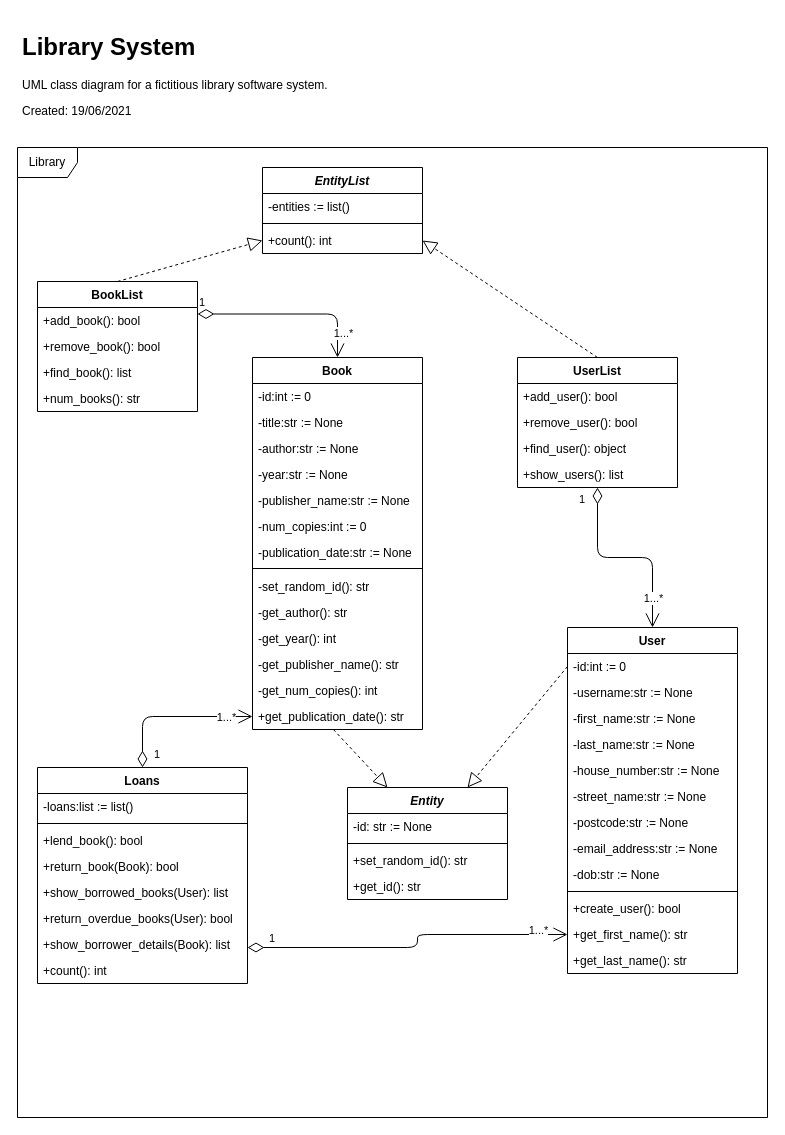
Earlier version of the draw.io diagram class_diagram.drawio (Chrisu892/Simple-Library-System). Source tidied: cells renumbered, new cells numbered last; positions are measured from the earlier drawing's top-left corner, leaving out a move shared by most shapes. Both pictures are drawn from the tidied source at 100%, with x=0, y=0 at pixel (17, 27).
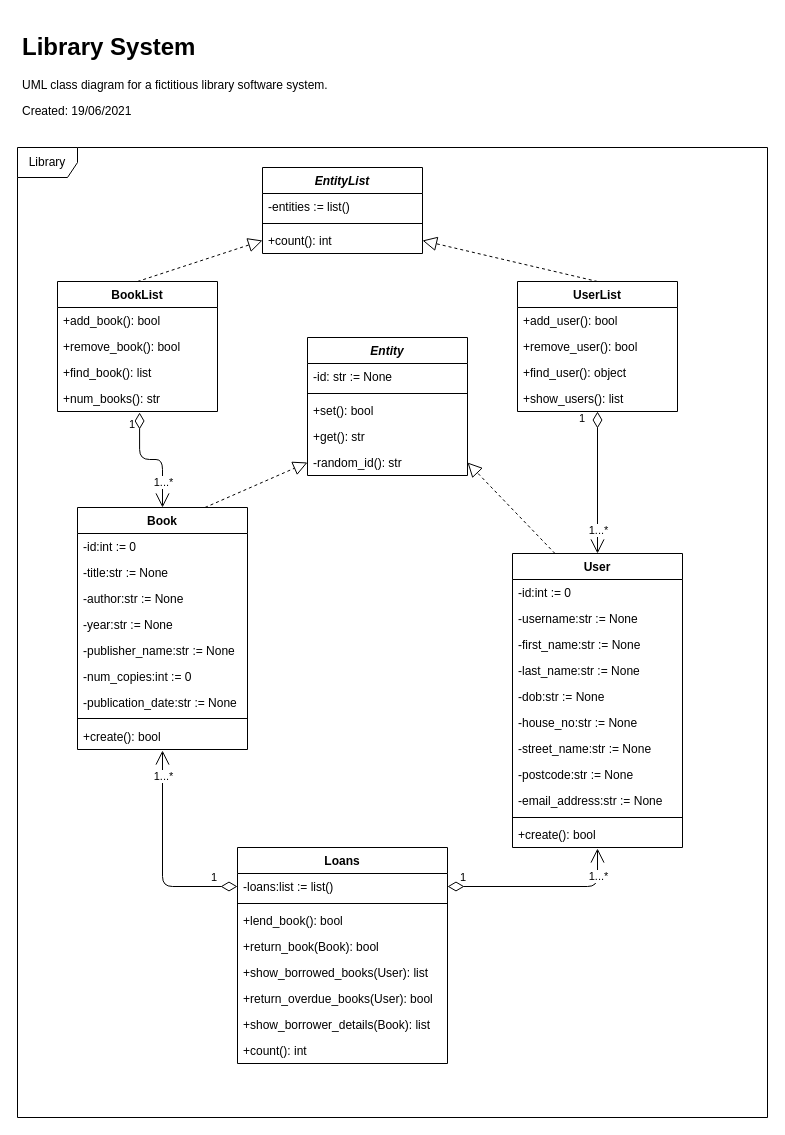
The same diagram, later.

Commit message (it also covers changes not shown here):
change class diagram, add setters and getters to the EntityList and Entity class

The change refers to these unchanged cells:
```xml
<mxCell id="19" value="-id:int := 0" style="text;align=left;verticalAlign=top;spacingLeft=4;spacingRight=4;overflow=hidden;points=[[0,0.5],[1,0.5]];portConstraint=eastwest;" parent="18" vertex="1">
  <mxGeometry y="26" width="170" height="26" as="geometry" />
</mxCell>
<mxCell id="41" value="+num_books(): str" style="text;align=left;verticalAlign=top;spacingLeft=4;spacingRight=4;overflow=hidden;points=[[0,0.5],[1,0.5]];portConstraint=eastwest;" parent="37" vertex="1">
  <mxGeometry y="104" width="160" height="26" as="geometry" />
</mxCell>
<mxCell id="43" value="-loans:list := list()" style="text;align=left;verticalAlign=top;spacingLeft=4;spacingRight=4;overflow=hidden;points=[[0,0.5],[1,0.5]];portConstraint=eastwest;" parent="42" vertex="1">
  <mxGeometry y="26" width="210" height="26" as="geometry" />
</mxCell>
```

The edit, as a diff of the source:
```diff
@@
     <mxCell id="3" value="Book" style="swimlane;fontStyle=1;align=center;verticalAlign=top;horizontal=1;startSize=26;rounded=0;shadow=0;strokeWidth=1;" parent="1" vertex="1">
-      <mxGeometry x="235" y="330" width="170" height="372" as="geometry" />
+      <mxGeometry x="60" y="480" width="170" height="242" as="geometry" />
     </mxCell>
@@
-    <mxCell id="12" value="-set_random_id(): str" style="text;align=left;verticalAlign=top;spacingLeft=4;spacingRight=4;overflow=hidden;points=[[0,0.5],[1,0.5]];portConstraint=eastwest;" parent="3" vertex="1">
+    <mxCell id="12" value="+create(): bool" style="text;align=left;verticalAlign=top;spacingLeft=4;spacingRight=4;overflow=hidden;points=[[0,0.5],[1,0.5]];portConstraint=eastwest;" parent="3" vertex="1">
       <mxGeometry y="216" width="170" height="26" as="geometry" />
     </mxCell>
-    <mxCell id="13" value="-get_author(): str" style="text;align=left;verticalAlign=top;spacingLeft=4;spacingRight=4;overflow=hidden;" parent="3" vertex="1">
-      <mxGeometry y="242" width="170" height="26" as="geometry" />
-    </mxCell>
-    <mxCell id="14" value="-get_year(): int" style="text;align=left;verticalAlign=top;spacingLeft=4;spacingRight=4;overflow=hidden;" parent="3" vertex="1">
-      <mxGeometry y="268" width="170" height="26" as="geometry" />
-    </mxCell>
-    <mxCell id="15" value="-get_publisher_name(): str" style="text;align=left;verticalAlign=top;spacingLeft=4;spacingRight=4;overflow=hidden;" parent="3" vertex="1">
-      <mxGeometry y="294" width="170" height="26" as="geometry" />
-    </mxCell>
-    <mxCell id="16" value="-get_num_copies(): int" style="text;align=left;verticalAlign=top;spacingLeft=4;spacingRight=4;overflow=hidden;" parent="3" vertex="1">
-      <mxGeometry y="320" width="170" height="26" as="geometry" />
-    </mxCell>
-    <mxCell id="17" value="+get_publication_date(): str" style="text;align=left;verticalAlign=top;spacingLeft=4;spacingRight=4;overflow=hidden;points=[[0,0.5],[1,0.5]];portConstraint=eastwest;" parent="3" vertex="1">
-      <mxGeometry y="346" width="170" height="26" as="geometry" />
-    </mxCell>
     <mxCell id="18" value="User" style="swimlane;fontStyle=1;align=center;verticalAlign=top;horizontal=1;startSize=26;rounded=0;shadow=0;strokeWidth=1;" parent="1" vertex="1">
-      <mxGeometry x="550" y="600" width="170" height="346" as="geometry" />
+      <mxGeometry x="495" y="526" width="170" height="294" as="geometry" />
     </mxCell>
@@
+    <mxCell id="27" value="-dob:str := None" style="text;align=left;verticalAlign=top;spacingLeft=4;spacingRight=4;overflow=hidden;rounded=0;shadow=0;html=0;" parent="18" vertex="1">
+      <mxGeometry y="130" width="170" height="26" as="geometry" />
+    </mxCell>
-    <mxCell id="23" value="-house_number:str := None" style="text;align=left;verticalAlign=top;spacingLeft=4;spacingRight=4;overflow=hidden;rounded=0;shadow=0;html=0;" parent="18" vertex="1">
-      <mxGeometry y="130" width="170" height="26" as="geometry" />
+    <mxCell id="23" value="-house_no:str := None" style="text;align=left;verticalAlign=top;spacingLeft=4;spacingRight=4;overflow=hidden;rounded=0;shadow=0;html=0;" parent="18" vertex="1">
+      <mxGeometry y="156" width="170" height="26" as="geometry" />
     </mxCell>
     <mxCell id="24" value="-street_name:str := None" style="text;align=left;verticalAlign=top;spacingLeft=4;spacingRight=4;overflow=hidden;rounded=0;shadow=0;html=0;" parent="18" vertex="1">
-      <mxGeometry y="156" width="170" height="26" as="geometry" />
+      <mxGeometry y="182" width="170" height="26" as="geometry" />
     </mxCell>
     <mxCell id="25" value="-postcode:str := None" style="text;align=left;verticalAlign=top;spacingLeft=4;spacingRight=4;overflow=hidden;rounded=0;shadow=0;html=0;" parent="18" vertex="1">
-      <mxGeometry y="182" width="170" height="26" as="geometry" />
+      <mxGeometry y="208" width="170" height="26" as="geometry" />
     </mxCell>
     <mxCell id="26" value="-email_address:str := None" style="text;align=left;verticalAlign=top;spacingLeft=4;spacingRight=4;overflow=hidden;rounded=0;shadow=0;html=0;" parent="18" vertex="1">
-      <mxGeometry y="208" width="170" height="26" as="geometry" />
+      <mxGeometry y="234" width="170" height="26" as="geometry" />
     </mxCell>
-    <mxCell id="27" value="-dob:str := None" style="text;align=left;verticalAlign=top;spacingLeft=4;spacingRight=4;overflow=hidden;rounded=0;shadow=0;html=0;" parent="18" vertex="1">
-      <mxGeometry y="234" width="170" height="26" as="geometry" />
-    </mxCell>
@@
-    <mxCell id="29" value="+create_user(): bool" style="text;align=left;verticalAlign=top;spacingLeft=4;spacingRight=4;overflow=hidden;" parent="18" vertex="1">
+    <mxCell id="29" value="+create(): bool" style="text;align=left;verticalAlign=top;spacingLeft=4;spacingRight=4;overflow=hidden;" parent="18" vertex="1">
       <mxGeometry y="268" width="170" height="26" as="geometry" />
     </mxCell>
-    <mxCell id="30" value="+get_first_name(): str" style="text;align=left;verticalAlign=top;spacingLeft=4;spacingRight=4;overflow=hidden;points=[[0,0.5],[1,0.5]];portConstraint=eastwest;" parent="18" vertex="1">
-      <mxGeometry y="294" width="170" height="26" as="geometry" />
-    </mxCell>
-    <mxCell id="31" value="+get_last_name(): str" style="text;align=left;verticalAlign=top;spacingLeft=4;spacingRight=4;overflow=hidden;" parent="18" vertex="1">
-      <mxGeometry y="320" width="170" height="26" as="geometry" />
-    </mxCell>
     <mxCell id="32" value="UserList" style="swimlane;fontStyle=1;align=center;verticalAlign=top;horizontal=1;startSize=26;rounded=0;shadow=0;strokeWidth=1;" parent="1" vertex="1">
-      <mxGeometry x="500" y="330" width="160" height="130" as="geometry" />
+      <mxGeometry x="500" y="254" width="160" height="130" as="geometry" />
     </mxCell>
@@
     <mxCell id="37" value="BookList" style="swimlane;fontStyle=1;align=center;verticalAlign=top;horizontal=1;startSize=26;rounded=0;shadow=0;strokeWidth=1;" parent="1" vertex="1">
-      <mxGeometry x="20" y="254" width="160" height="130" as="geometry" />
+      <mxGeometry x="40" y="254" width="160" height="130" as="geometry" />
     </mxCell>
@@
     <mxCell id="42" value="Loans" style="swimlane;fontStyle=1;align=center;verticalAlign=top;horizontal=1;startSize=26;rounded=0;shadow=0;strokeWidth=1;" parent="1" vertex="1">
-      <mxGeometry x="20" y="740" width="210" height="216" as="geometry" />
+      <mxGeometry x="220" y="820" width="210" height="216" as="geometry" />
     </mxCell>
@@
-    <mxCell id="52" value="1" style="endArrow=open;html=1;endSize=12;startArrow=diamondThin;startSize=14;startFill=0;edgeStyle=orthogonalEdgeStyle;align=left;verticalAlign=bottom;exitX=1;exitY=0.25;exitDx=0;exitDy=0;entryX=0.5;entryY=0;entryDx=0;entryDy=0;" parent="1" edge="1" source="37" target="3">
-      <mxGeometry x="-1" y="3" relative="1" as="geometry" />
+    <mxCell id="52" value="1" style="endArrow=open;html=1;endSize=12;startArrow=diamondThin;startSize=14;startFill=0;edgeStyle=orthogonalEdgeStyle;align=left;verticalAlign=bottom;exitX=0.513;exitY=1.038;exitDx=0;exitDy=0;entryX=0.5;entryY=0;entryDx=0;entryDy=0;exitPerimeter=0;" parent="1" edge="1" source="41" target="3">
+      <mxGeometry x="-0.64" y="-12" relative="1" as="geometry" />
     </mxCell>
     <mxCell id="53" value="1...*" style="edgeLabel;html=1;align=center;verticalAlign=middle;" parent="52" vertex="1">
       <mxGeometry x="0.64" y="-1" relative="1" as="geometry">
-        <mxPoint x="6" y="9" as="offset" />
+        <mxPoint x="1" y="-5" as="offset" />
       </mxGeometry>
     </mxCell>
@@
-    <mxCell id="62" value="1" style="endArrow=open;html=1;endSize=12;startArrow=diamondThin;startSize=14;startFill=0;edgeStyle=orthogonalEdgeStyle;align=left;verticalAlign=bottom;entryX=0;entryY=0.5;entryDx=0;entryDy=0;" parent="1" edge="1" target="30">
+    <mxCell id="62" value="1" style="endArrow=open;html=1;endSize=12;startArrow=diamondThin;startSize=14;startFill=0;edgeStyle=orthogonalEdgeStyle;align=left;verticalAlign=bottom;exitX=1;exitY=0.5;exitDx=0;exitDy=0;" parent="1" edge="1" source="43">
       <mxGeometry x="-0.88" relative="1" as="geometry">
-        <mxPoint x="230" y="920" as="sourcePoint" />
+        <mxPoint x="580" y="821" as="targetPoint" />
         <Array as="points">
-          <mxPoint x="400" y="920" />
-          <mxPoint x="400" y="907" />
+          <mxPoint x="580" y="859" />
         </Array>
       </mxGeometry>
     </mxCell>
     <mxCell id="63" value="1...*" style="edgeLabel;html=1;align=center;verticalAlign=middle;" parent="62" vertex="1">
       <mxGeometry x="0.64" y="-1" relative="1" as="geometry">
-        <mxPoint x="30" y="-6" as="offset" />
+        <mxPoint x="-1" y="-7" as="offset" />
       </mxGeometry>
     </mxCell>
-    <mxCell id="64" value="1" style="endArrow=open;html=1;endSize=12;startArrow=diamondThin;startSize=14;startFill=0;edgeStyle=orthogonalEdgeStyle;align=left;verticalAlign=bottom;entryX=0;entryY=0.5;entryDx=0;entryDy=0;exitX=0.5;exitY=0;exitDx=0;exitDy=0;" parent="1" edge="1" source="42" target="17">
-      <mxGeometry x="-0.95" y="-10" relative="1" as="geometry" />
+    <mxCell id="64" value="1" style="endArrow=open;html=1;endSize=12;startArrow=diamondThin;startSize=14;startFill=0;edgeStyle=orthogonalEdgeStyle;align=left;verticalAlign=bottom;entryX=0.5;entryY=1.038;entryDx=0;entryDy=0;exitX=0;exitY=0.5;exitDx=0;exitDy=0;entryPerimeter=0;" parent="1" edge="1" source="43" target="12">
+      <mxGeometry x="-0.73" relative="1" as="geometry" />
     </mxCell>
     <mxCell id="65" value="1...*" style="edgeLabel;html=1;align=center;verticalAlign=middle;" parent="64" vertex="1">
       <mxGeometry x="0.64" y="-1" relative="1" as="geometry">
-        <mxPoint x="2" y="-1" as="offset" />
+        <mxPoint x="-1" y="-13" as="offset" />
       </mxGeometry>
     </mxCell>
     <mxCell id="66" value="Entity" style="swimlane;fontStyle=3;align=center;verticalAlign=top;horizontal=1;startSize=26;rounded=0;shadow=0;strokeWidth=1;" parent="1" vertex="1">
-      <mxGeometry x="330" y="760" width="160" height="112" as="geometry" />
+      <mxGeometry x="290" y="310" width="160" height="138" as="geometry" />
     </mxCell>
@@
-    <mxCell id="69" value="+set_random_id(): str" style="text;align=left;verticalAlign=top;spacingLeft=4;spacingRight=4;overflow=hidden;" parent="66" vertex="1">
+    <mxCell id="69" value="+set(): bool" style="text;align=left;verticalAlign=top;spacingLeft=4;spacingRight=4;overflow=hidden;" parent="66" vertex="1">
       <mxGeometry y="60" width="160" height="26" as="geometry" />
     </mxCell>
-    <mxCell id="70" value="+get_id(): str" style="text;align=left;verticalAlign=top;spacingLeft=4;spacingRight=4;overflow=hidden;" parent="66" vertex="1">
+    <mxCell id="70" value="+get(): str" style="text;align=left;verticalAlign=top;spacingLeft=4;spacingRight=4;overflow=hidden;" parent="66" vertex="1">
       <mxGeometry y="86" width="160" height="26" as="geometry" />
     </mxCell>
+    <mxCell id="73" value="-random_id(): str" style="text;align=left;verticalAlign=top;spacingLeft=4;spacingRight=4;overflow=hidden;points=[[0,0.5],[1,0.5]];portConstraint=eastwest;" parent="66" vertex="1">
+      <mxGeometry y="112" width="160" height="26" as="geometry" />
+    </mxCell>
-    <mxCell id="71" style="endArrow=block;dashed=1;endFill=0;endSize=12;html=1;exitX=0;exitY=0.5;exitDx=0;exitDy=0;entryX=0.75;entryY=0;entryDx=0;entryDy=0;" parent="1" edge="1" source="19" target="66">
+    <mxCell id="71" style="endArrow=block;dashed=1;endFill=0;endSize=12;html=1;exitX=0.25;exitY=0;exitDx=0;exitDy=0;entryX=1;entryY=0.5;entryDx=0;entryDy=0;" parent="1" edge="1" source="18" target="73">
       <mxGeometry relative="1" as="geometry" />
     </mxCell>
-    <mxCell id="72" style="endArrow=block;dashed=1;endFill=0;endSize=12;html=1;exitX=0.476;exitY=1;exitDx=0;exitDy=0;exitPerimeter=0;entryX=0.25;entryY=0;entryDx=0;entryDy=0;" parent="1" edge="1" source="17" target="66">
+    <mxCell id="72" style="endArrow=block;dashed=1;endFill=0;endSize=12;html=1;entryX=0;entryY=0.5;entryDx=0;entryDy=0;exitX=0.75;exitY=0;exitDx=0;exitDy=0;" parent="1" edge="1" source="3" target="73">
       <mxGeometry relative="1" as="geometry" />
     </mxCell>
```
